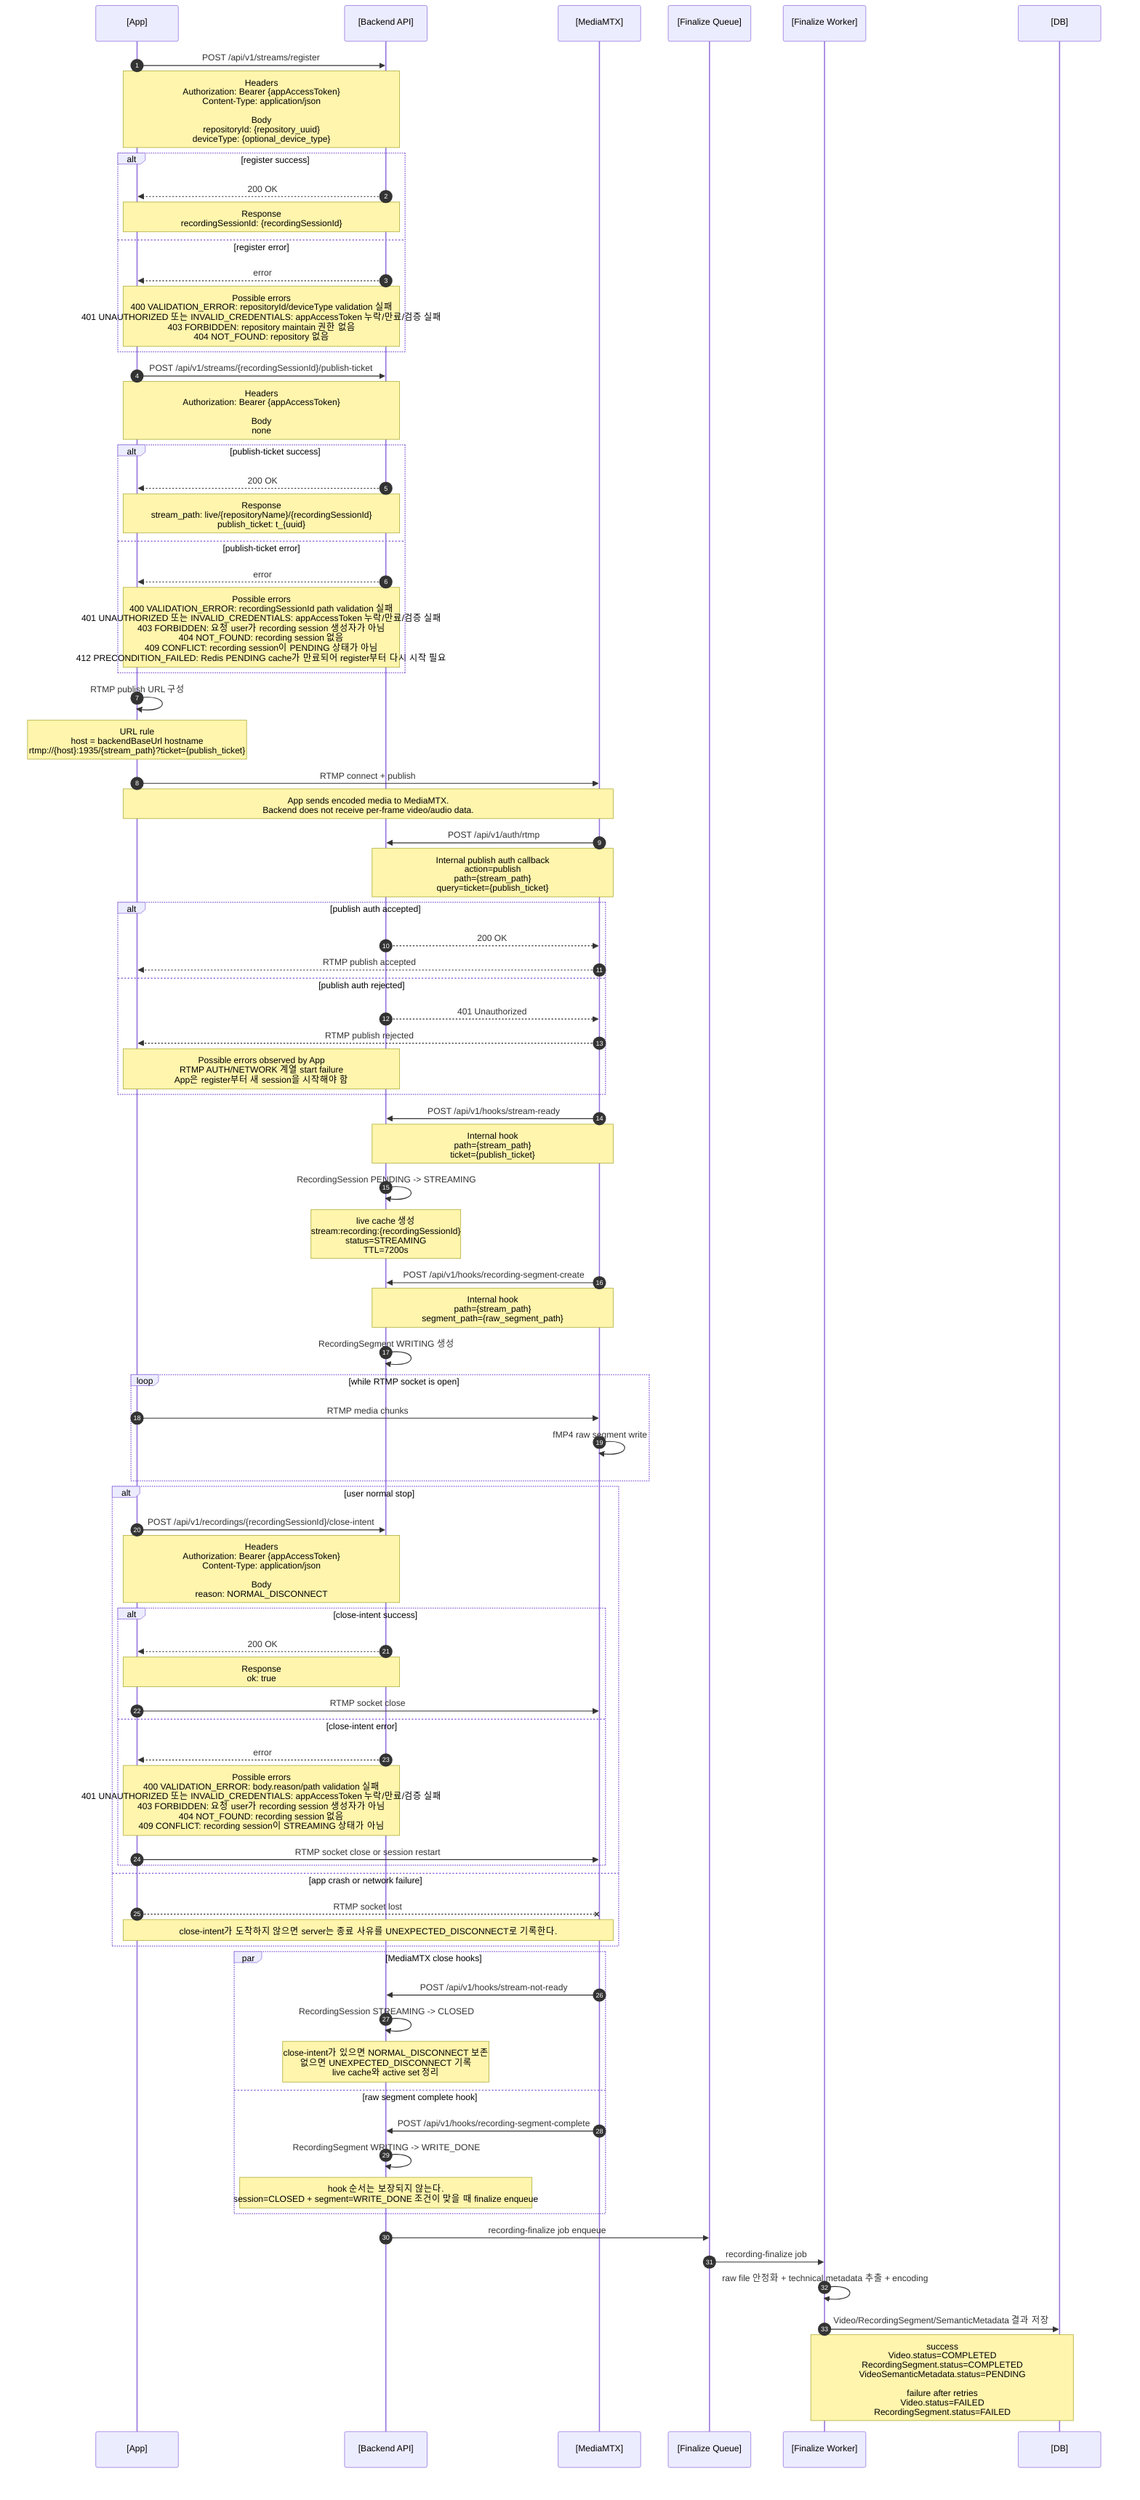
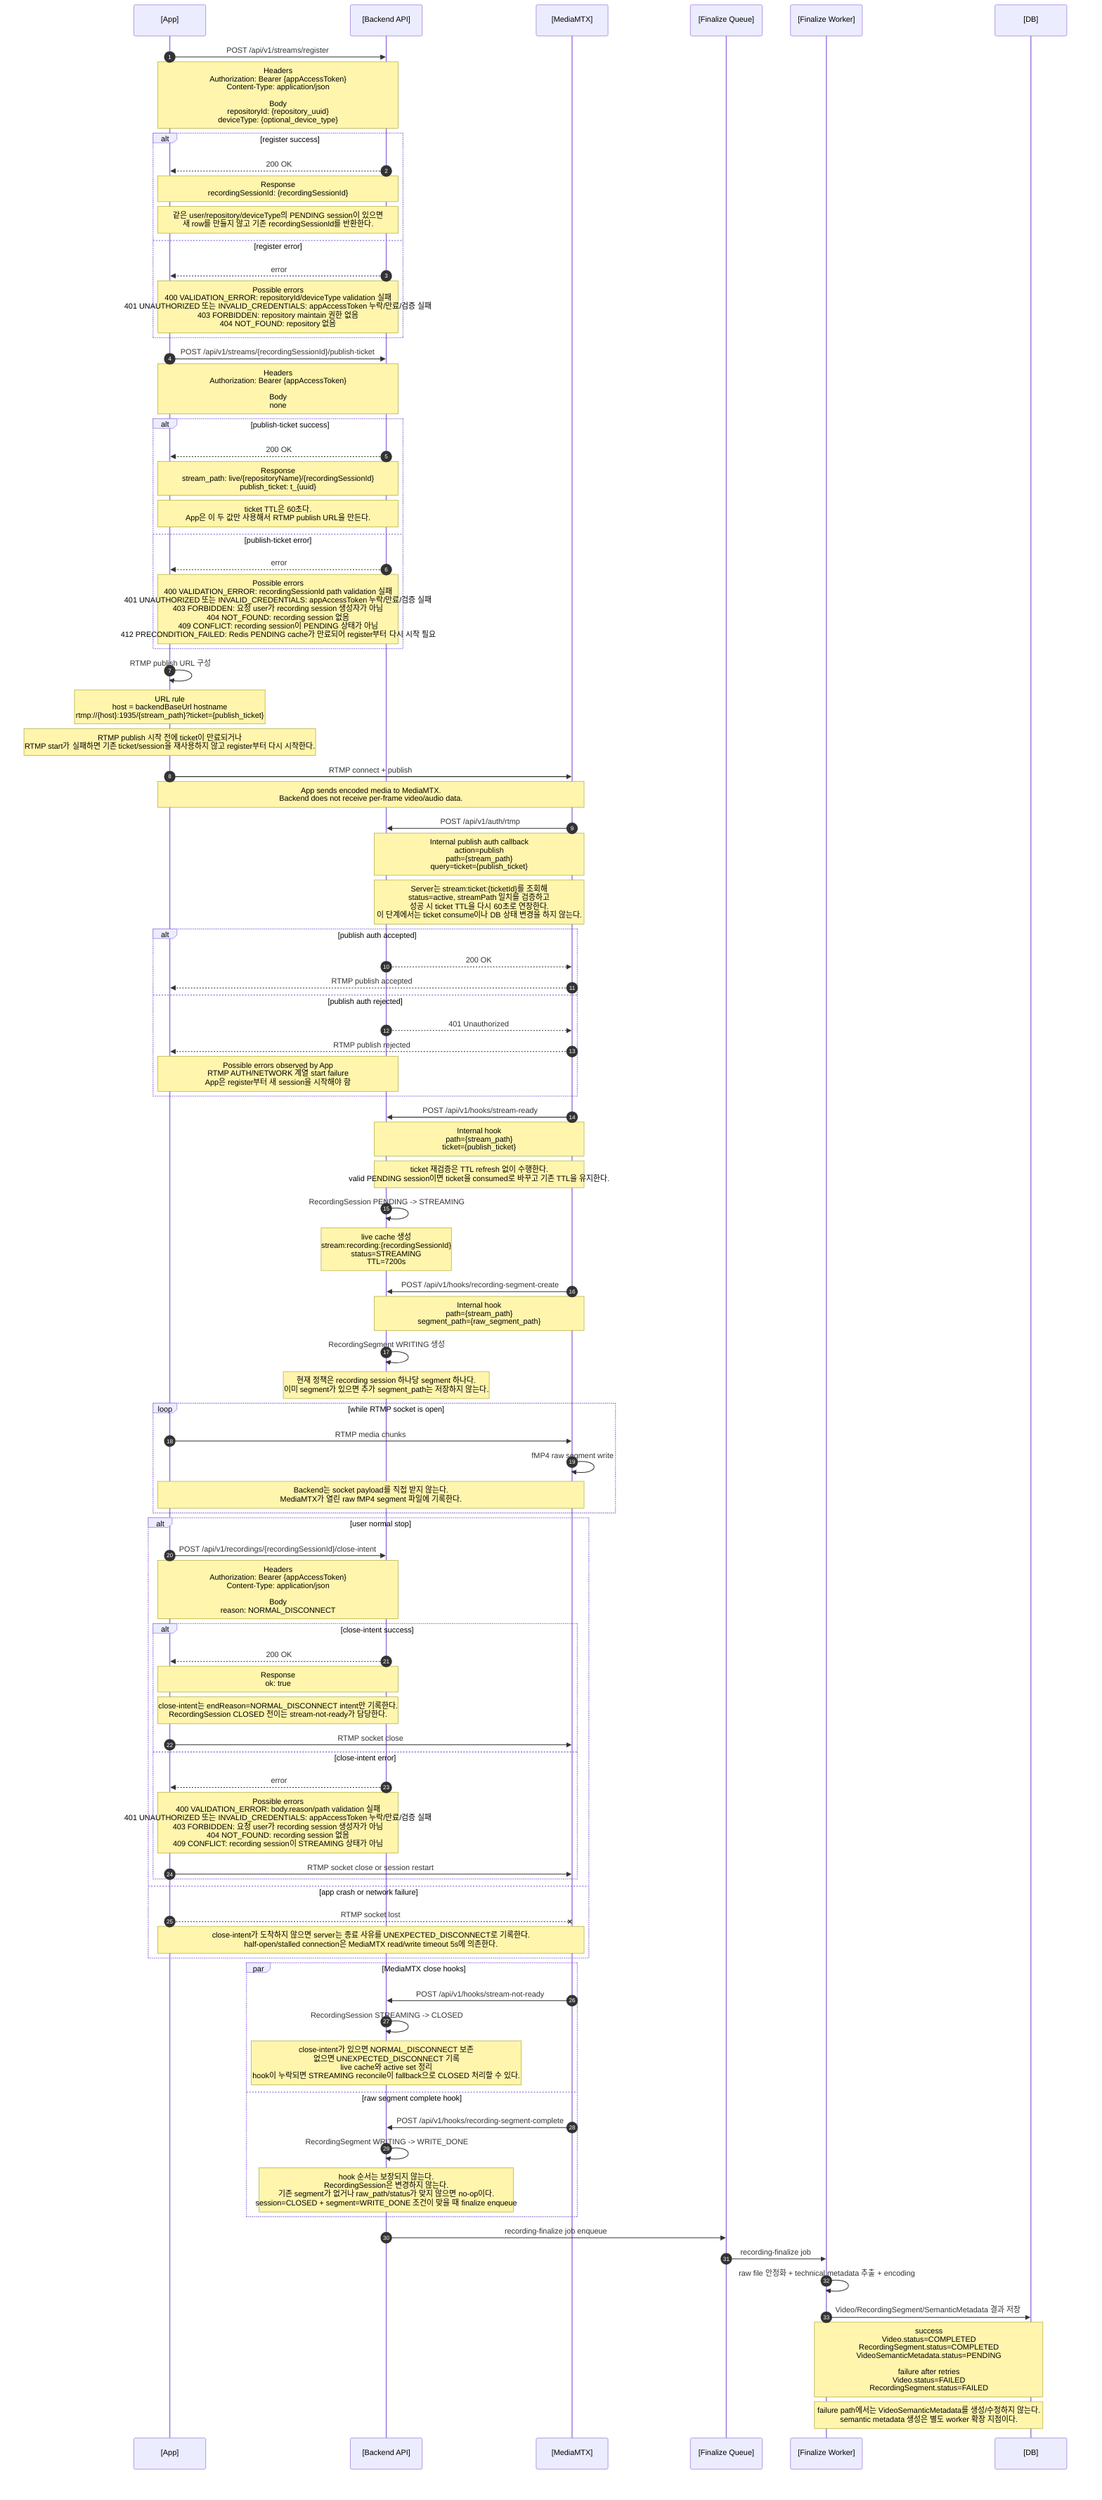
sequenceDiagram
  autonumber
  participant App as [App]
  participant Server as [Backend API]
  participant MTX as [MediaMTX]
  participant Queue as [Finalize Queue]
  participant Worker as [Finalize Worker]
  participant DB as [DB]

  App->>Server: POST /api/v1/streams/register
  Note over App,Server: Headers<br/>Authorization: Bearer {appAccessToken}<br/>Content-Type: application/json<br/><br/>Body<br/>repositoryId: {repository_uuid}<br/>deviceType: {optional_device_type}

  alt register success
    Server-->>App: 200 OK
    Note over App,Server: Response<br/>recordingSessionId: {recordingSessionId}
+     Note over App,Server: 같은 user/repository/deviceType의 PENDING session이 있으면<br/>새 row를 만들지 않고 기존 recordingSessionId를 반환한다.
  else register error
    Server-->>App: error
    Note over App,Server: Possible errors<br/>400 VALIDATION_ERROR: repositoryId/deviceType validation 실패<br/>401 UNAUTHORIZED 또는 INVALID_CREDENTIALS: appAccessToken 누락/만료/검증 실패<br/>403 FORBIDDEN: repository maintain 권한 없음<br/>404 NOT_FOUND: repository 없음
  end

  App->>Server: POST /api/v1/streams/{recordingSessionId}/publish-ticket
  Note over App,Server: Headers<br/>Authorization: Bearer {appAccessToken}<br/><br/>Body<br/>none

  alt publish-ticket success
    Server-->>App: 200 OK
    Note over App,Server: Response<br/>stream_path: live/{repositoryName}/{recordingSessionId}<br/>publish_ticket: t_{uuid}
+     Note over App,Server: ticket TTL은 60초다.<br/>App은 이 두 값만 사용해서 RTMP publish URL을 만든다.
  else publish-ticket error
    Server-->>App: error
    Note over App,Server: Possible errors<br/>400 VALIDATION_ERROR: recordingSessionId path validation 실패<br/>401 UNAUTHORIZED 또는 INVALID_CREDENTIALS: appAccessToken 누락/만료/검증 실패<br/>403 FORBIDDEN: 요청 user가 recording session 생성자가 아님<br/>404 NOT_FOUND: recording session 없음<br/>409 CONFLICT: recording session이 PENDING 상태가 아님<br/>412 PRECONDITION_FAILED: Redis PENDING cache가 만료되어 register부터 다시 시작 필요
  end

  App->>App: RTMP publish URL 구성
  Note over App: URL rule<br/>host = backendBaseUrl hostname<br/>rtmp://{host}:1935/{stream_path}?ticket={publish_ticket}
+   Note over App: RTMP publish 시작 전에 ticket이 만료되거나<br/>RTMP start가 실패하면 기존 ticket/session을 재사용하지 않고 register부터 다시 시작한다.

  App->>MTX: RTMP connect + publish
  Note over App,MTX: App sends encoded media to MediaMTX.<br/>Backend does not receive per-frame video/audio data.

  MTX->>Server: POST /api/v1/auth/rtmp
  Note over MTX,Server: Internal publish auth callback<br/>action=publish<br/>path={stream_path}<br/>query=ticket={publish_ticket}
+   Note over MTX,Server: Server는 stream:ticket:{ticketId}를 조회해<br/>status=active, streamPath 일치를 검증하고<br/>성공 시 ticket TTL을 다시 60초로 연장한다.<br/>이 단계에서는 ticket consume이나 DB 상태 변경을 하지 않는다.

  alt publish auth accepted
    Server-->>MTX: 200 OK
    MTX-->>App: RTMP publish accepted
  else publish auth rejected
    Server-->>MTX: 401 Unauthorized
    MTX-->>App: RTMP publish rejected
    Note over App,Server: Possible errors observed by App<br/>RTMP AUTH/NETWORK 계열 start failure<br/>App은 register부터 새 session을 시작해야 함
  end

  MTX->>Server: POST /api/v1/hooks/stream-ready
  Note over MTX,Server: Internal hook<br/>path={stream_path}<br/>ticket={publish_ticket}
+   Note over MTX,Server: ticket 재검증은 TTL refresh 없이 수행한다.<br/>valid PENDING session이면 ticket을 consumed로 바꾸고 기존 TTL을 유지한다.
  Server->>Server: RecordingSession PENDING -> STREAMING
  Note over Server: live cache 생성<br/>stream:recording:{recordingSessionId}<br/>status=STREAMING<br/>TTL=7200s

  MTX->>Server: POST /api/v1/hooks/recording-segment-create
  Note over MTX,Server: Internal hook<br/>path={stream_path}<br/>segment_path={raw_segment_path}
  Server->>Server: RecordingSegment WRITING 생성
+   Note over Server: 현재 정책은 recording session 하나당 segment 하나다.<br/>이미 segment가 있으면 추가 segment_path는 저장하지 않는다.

  loop while RTMP socket is open
    App->>MTX: RTMP media chunks
    MTX->>MTX: fMP4 raw segment write
+     Note over App,MTX: Backend는 socket payload를 직접 받지 않는다.<br/>MediaMTX가 열린 raw fMP4 segment 파일에 기록한다.
  end

  alt user normal stop
    App->>Server: POST /api/v1/recordings/{recordingSessionId}/close-intent
    Note over App,Server: Headers<br/>Authorization: Bearer {appAccessToken}<br/>Content-Type: application/json<br/><br/>Body<br/>reason: NORMAL_DISCONNECT

    alt close-intent success
      Server-->>App: 200 OK
      Note over App,Server: Response<br/>ok: true
+       Note over App,Server: close-intent는 endReason=NORMAL_DISCONNECT intent만 기록한다.<br/>RecordingSession CLOSED 전이는 stream-not-ready가 담당한다.
      App->>MTX: RTMP socket close
    else close-intent error
      Server-->>App: error
      Note over App,Server: Possible errors<br/>400 VALIDATION_ERROR: body.reason/path validation 실패<br/>401 UNAUTHORIZED 또는 INVALID_CREDENTIALS: appAccessToken 누락/만료/검증 실패<br/>403 FORBIDDEN: 요청 user가 recording session 생성자가 아님<br/>404 NOT_FOUND: recording session 없음<br/>409 CONFLICT: recording session이 STREAMING 상태가 아님
      App->>MTX: RTMP socket close or session restart
    end
  else app crash or network failure
    App--xMTX: RTMP socket lost
-     Note over App,MTX: close-intent가 도착하지 않으면 server는 종료 사유를 UNEXPECTED_DISCONNECT로 기록한다.
+     Note over App,MTX: close-intent가 도착하지 않으면 server는 종료 사유를 UNEXPECTED_DISCONNECT로 기록한다.<br/>half-open/stalled connection은 MediaMTX read/write timeout 5s에 의존한다.
  end

  par MediaMTX close hooks
    MTX->>Server: POST /api/v1/hooks/stream-not-ready
    Server->>Server: RecordingSession STREAMING -> CLOSED
-     Note over Server: close-intent가 있으면 NORMAL_DISCONNECT 보존<br/>없으면 UNEXPECTED_DISCONNECT 기록<br/>live cache와 active set 정리
+     Note over Server: close-intent가 있으면 NORMAL_DISCONNECT 보존<br/>없으면 UNEXPECTED_DISCONNECT 기록<br/>live cache와 active set 정리<br/>hook이 누락되면 STREAMING reconcile이 fallback으로 CLOSED 처리할 수 있다.
  and raw segment complete hook
    MTX->>Server: POST /api/v1/hooks/recording-segment-complete
    Server->>Server: RecordingSegment WRITING -> WRITE_DONE
-     Note over Server: hook 순서는 보장되지 않는다.<br/>session=CLOSED + segment=WRITE_DONE 조건이 맞을 때 finalize enqueue
+     Note over Server: hook 순서는 보장되지 않는다.<br/>RecordingSession은 변경하지 않는다.<br/>기존 segment가 없거나 raw_path/status가 맞지 않으면 no-op이다.<br/>session=CLOSED + segment=WRITE_DONE 조건이 맞을 때 finalize enqueue
  end

  Server->>Queue: recording-finalize job enqueue
  Queue->>Worker: recording-finalize job
  Worker->>Worker: raw file 안정화 + technical metadata 추출 + encoding
  Worker->>DB: Video/RecordingSegment/SemanticMetadata 결과 저장
  Note over Worker,DB: success<br/>Video.status=COMPLETED<br/>RecordingSegment.status=COMPLETED<br/>VideoSemanticMetadata.status=PENDING<br/><br/>failure after retries<br/>Video.status=FAILED<br/>RecordingSegment.status=FAILED
+   Note over Worker,DB: failure path에서는 VideoSemanticMetadata를 생성/수정하지 않는다.<br/>semantic metadata 생성은 별도 worker 확장 지점이다.

%% 참고:
%% 이 문서는 App과 server-side streaming system 사이의 계약을 한 장으로 요약한다.
%% MediaMTX와 Finalize Worker는 server-side component이며, App이 직접 호출하는 HTTP API는 아니다.
%% 공통 error body shape:
%% { "error": { "code": "{ERROR_CODE}", "message": "{human_readable_message}", "details": {optional_details} } }
%% HTTP status code는 AppError.statusCode 또는 validation/auth middleware에서 결정된다.
%% App 계약:
%% App이 직접 호출하는 streaming HTTP API는 register, publish-ticket, close-intent다.
%% MediaMTX auth callback, MediaMTX hooks, finalize worker는 server-side 내부 흐름이며 App이 직접 호출하지 않는다.
%% App은 publish-ticket 응답의 stream_path와 publish_ticket만 사용해 RTMP publish URL을 만든다.
+ %% publish_ticket TTL은 60초이며, RTMP publish auth 성공 시 TTL이 60초로 refresh된다.
+ %% stream-ready hook은 ticket을 consumed로 바꾸지만 TTL은 연장하지 않는다.
%% RTMP URL은 backendBaseUrl hostname, port 1935, returned stream_path, returned publish_ticket으로 구성한다.
+ %% RTMP auth/start 실패 또는 publish_ticket 만료가 의심되면 App은 기존 값들을 버리고 register부터 다시 시작한다.
%% App은 열린 RTMP publisher socket으로 encoded video/audio payload를 MediaMTX에 전송한다.
%% Backend는 per-frame video/audio data를 받지 않고 MediaMTX hook 이벤트와 worker job만 처리한다.
%% App은 legacy POST /api/v1/recordings/{recordingSessionId}/stop API를 호출하지 않는다.
%% App의 stop 버튼은 RTMP publisher connection을 바로 닫기 전에
%% POST /api/v1/recordings/{recordingSessionId}/close-intent 를 호출해야 한다.
%% close-intent body는 { "reason": "NORMAL_DISCONNECT" } 만 보낸다.
%% close-intent 200 OK 이후 RTMP publisher connection을 정상 close한다.
%% close-intent는 RecordingSession.status를 바꾸지 않는 STREAMING self-loop이다.
+ %% close-intent가 실패했는데 App이 socket을 닫으면 해당 종료는 UNEXPECTED_DISCONNECT로 기록될 수 있다.
%% close-intent가 먼저 도착한 경우 stream-not-ready는 NORMAL_DISCONNECT를 보존한다.
%% close-intent 호출 실패 또는 app crash/network failure로 close-intent가 누락되면
%% Backend는 stream-not-ready/reconcile 시 UNEXPECTED_DISCONNECT로 기록한다.
+ %% half-open/stalled RTMP connection은 MediaMTX readTimeout/writeTimeout 5s 이후 종료로 감지될 수 있다.
%% MediaMTX stream-not-ready hook payload만으로 정상 close와 crash/reset/timeout을 정확히 구분하지 않는다.
%% App은 streaming 재시작 시 기존 recordingSessionId나 publish_ticket을 직접 재사용하지 않고 register부터 다시 호출한다.
%% register 이후 RTMP publish 전에 이탈했다면 같은 PENDING session이 재사용될 수 있다.
%% PENDING session이 재사용되더라도 이전 publish_ticket은 버리고 새 publish-ticket을 발급받아 사용한다.
%% RTMP publish 이후 STREAMING이 된 session은 재사용하지 않으며, 새 register는 새 PENDING session을 만든다.
%% App은 단일 streaming session의 최장 길이를 30분으로 제한한다. 이 제한은 backend가 강제하지 않는 app contract다.
%% 현재 구조에서는 App이 단일 recording session을 짧게 유지하는 전제이므로 정상 흐름의 segment rollover는 App 계약에서 다루지 않는다.
+ %% Backend도 recording session 하나당 RecordingSegment 하나만 저장한다.
+ %% Video.status=COMPLETED는 playable artifact 생성 완료를 의미한다.
+ %% semantic metadata는 별도 video_semantic_metadata row에서 PENDING으로 시작하며 App streaming flow의 완료 조건이 아니다.
+ %% 상세 register 흐름은 .mermaid/1.register.mmd를 참고한다.
+ %% 상세 publish-ticket 흐름은 .mermaid/2.publish-ticket.mmd를 참고한다.
%% 상세 RTMP publish 인증 및 stream-ready 흐름은 .mermaid/3.rtmp-publish.mmd를 참고한다.
%% 상세 RTMP media 전송, hook race, finalize retry 흐름은 .mermaid/4.rtmp-stream.mmd를 참고한다.
+ %% 상세 video processing 및 semantic metadata 확장 지점은 .mermaid/5.video-processing.mmd를 참고한다.
+ %% RTMP connection closure 정책은 .mermaid/rtmp-connection-closure.mmd를 참고한다.
